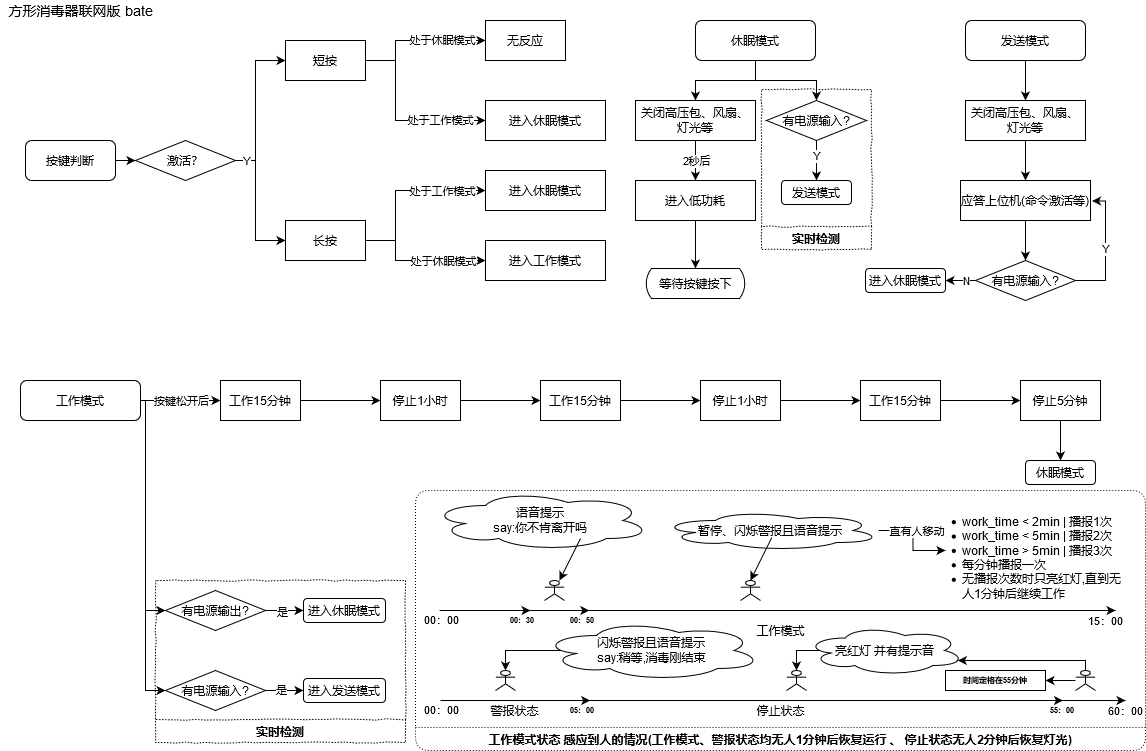
Before: logic_comm.drawio.png, a diagram exported from draw.io (baishe/baishe.github.io). Source tidied: cells renumbered, new cells last; positions are measured from the earlier drawing's top-left corner, leaving out a move shared by most shapes.
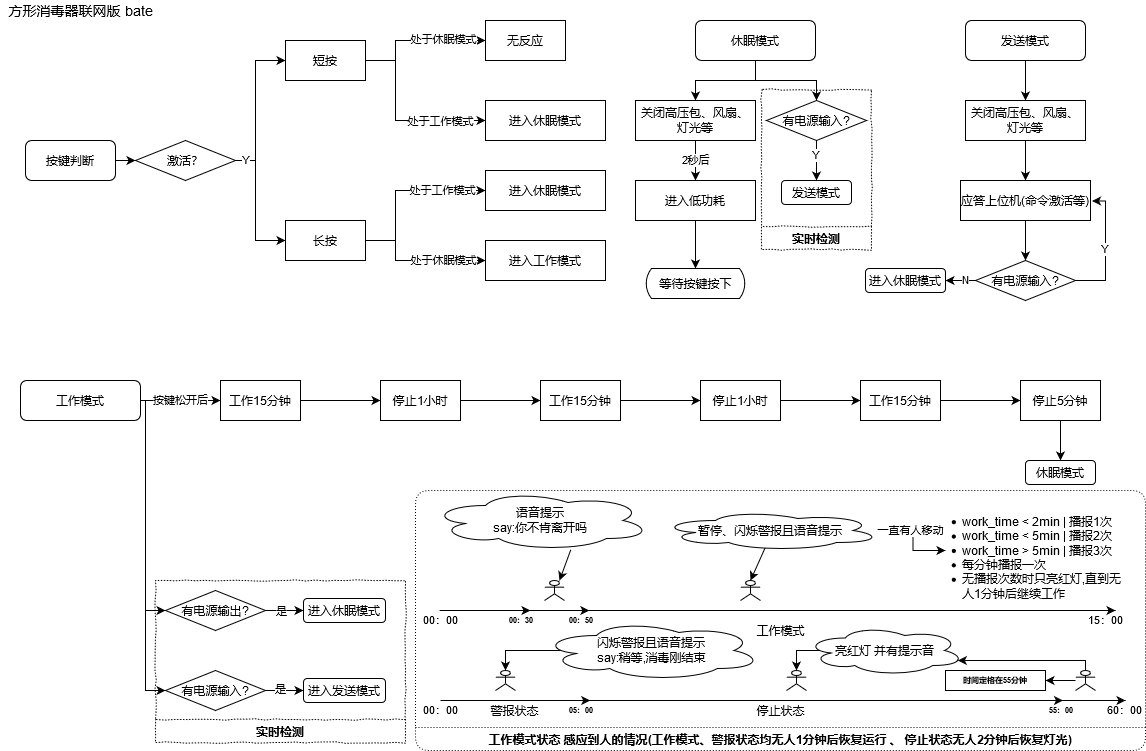
The same diagram one commit later.

Change to the diagram source:
```diff
@@ -438,15 +438,13 @@
     <mxCell id="107" value="Actor" style="shape=umlActor;verticalLabelPosition=bottom;labelBackgroundColor=#ffffff;verticalAlign=top;rounded=0;shadow=0;glass=0;comic=0;fontColor=none;html=1;noLabel=1;" parent="91" vertex="1">
       <mxGeometry x="325" y="90" width="20" height="20" as="geometry" />
     </mxCell>
-    <mxCell id="108" style="edgeStyle=none;rounded=1;orthogonalLoop=1;jettySize=auto;html=1;fontSize=8;fontColor=#FFFFFF;exitX=0.087;exitY=0.633;exitDx=0;exitDy=0;exitPerimeter=0;" parent="91" edge="1">
+    <mxCell id="108" style="edgeStyle=none;rounded=1;jettySize=auto;html=1;fontSize=8;fontColor=#FFFFFF;exitX=0.476;exitY=0.929;exitDx=0;exitDy=0;exitPerimeter=0;" parent="91" edge="1" source="104">
       <mxGeometry relative="1" as="geometry">
-        <mxPoint x="356.3" y="47" as="sourcePoint" />
         <mxPoint x="335" y="90" as="targetPoint" />
       </mxGeometry>
     </mxCell>
-    <mxCell id="109" style="edgeStyle=none;rounded=1;orthogonalLoop=1;jettySize=auto;html=1;fontSize=8;fontColor=#FFFFFF;exitX=0.087;exitY=0.633;exitDx=0;exitDy=0;exitPerimeter=0;" parent="91" edge="1">
+    <mxCell id="109" style="edgeStyle=none;rounded=1;jettySize=auto;html=1;fontSize=8;fontColor=#FFFFFF;exitX=0.638;exitY=0.984;exitDx=0;exitDy=0;exitPerimeter=0;" parent="91" edge="1" source="103">
       <mxGeometry relative="1" as="geometry">
-        <mxPoint x="165" y="48" as="sourcePoint" />
         <mxPoint x="144" y="90" as="targetPoint" />
       </mxGeometry>
     </mxCell>
```
